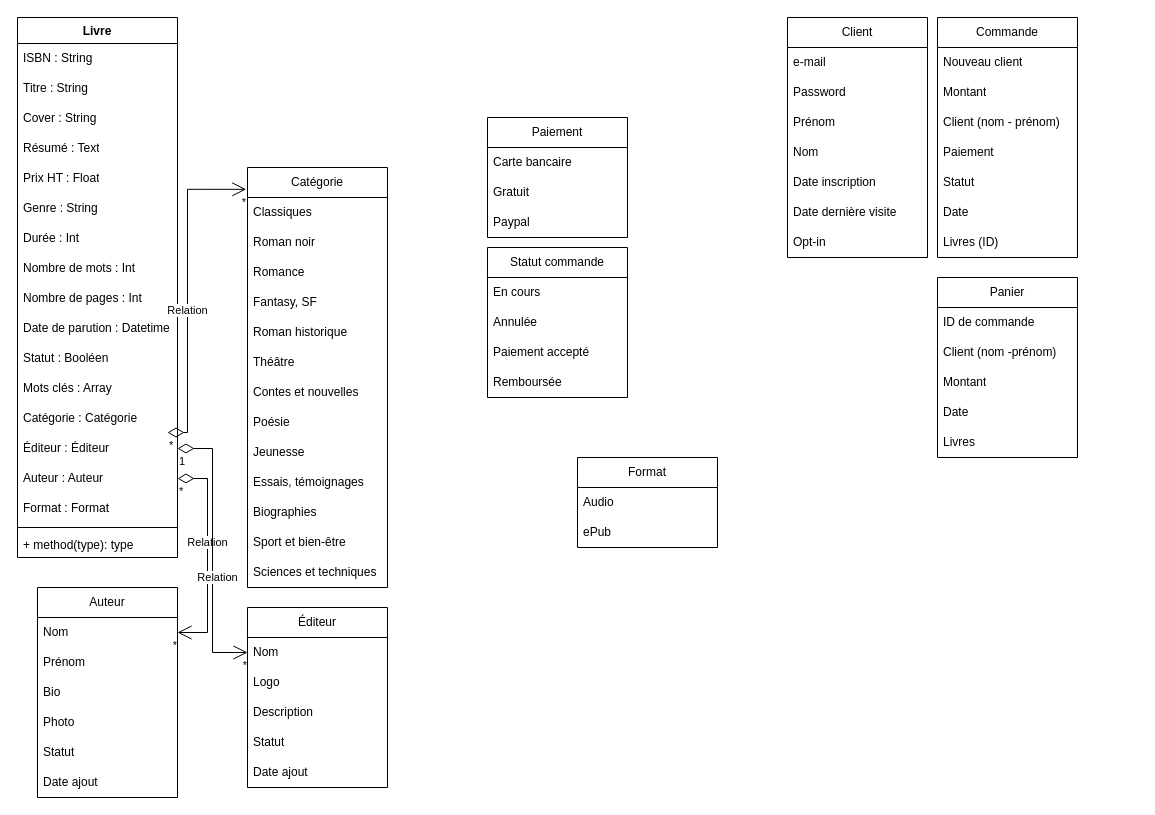
Above: classes_neobook.drawio in cbeauquel/Neobook (draw.io), before the change. Source tidied: cells renumbered, new cells numbered last; positions are measured from the earlier drawing's top-left corner, leaving out a move shared by most shapes. Both pictures are drawn from the tidied source at 100%, with x=0, y=0 at pixel (17, 17).
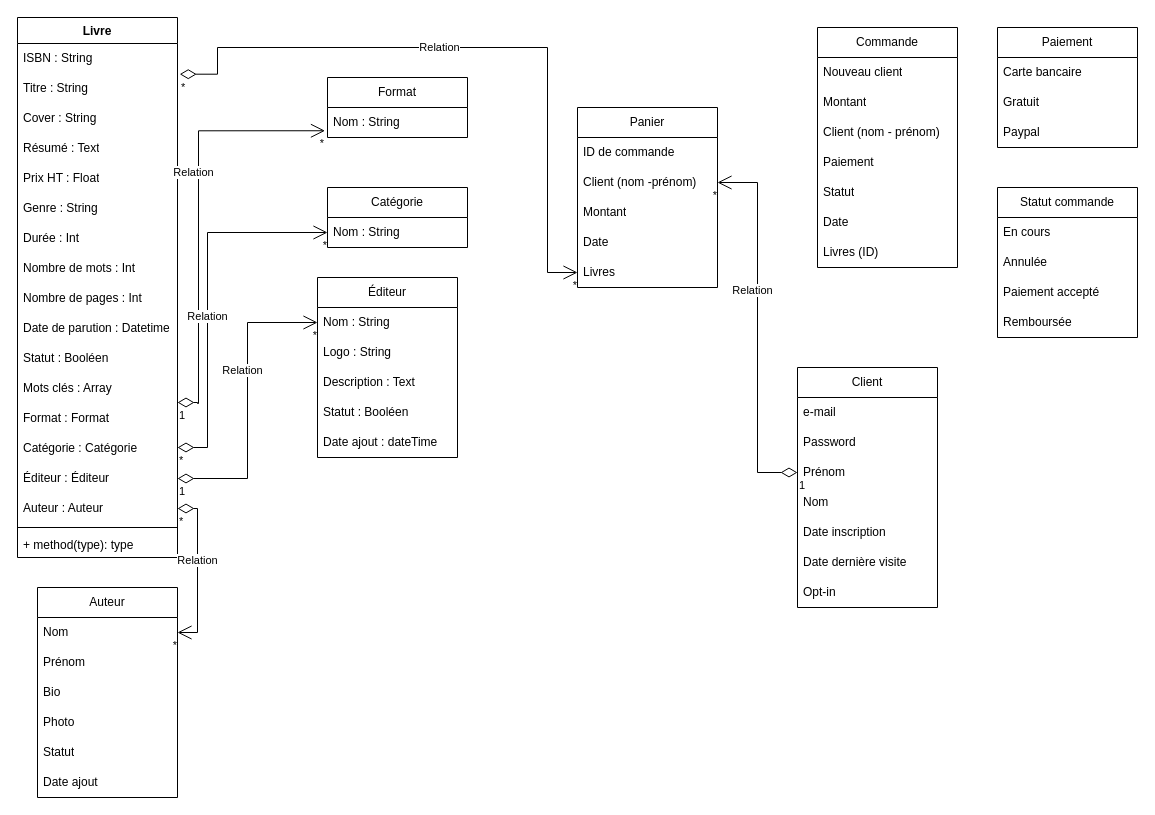
The same page after the edit.

Commit message (it also covers changes not shown here):
Mettre à jour classes_neobook.drawio

The change refers to these unchanged cells:
```xml
<mxCell id="3" value="Nom" style="text;strokeColor=none;fillColor=none;align=left;verticalAlign=middle;spacingLeft=4;spacingRight=4;overflow=hidden;points=[[0,0.5],[1,0.5]];portConstraint=eastwest;whiteSpace=wrap;html=1;" parent="2" vertex="1">
  <mxGeometry y="30" width="140" height="30" as="geometry" />
</mxCell>
<mxCell id="35" value="Prénom" style="text;strokeColor=none;fillColor=none;align=left;verticalAlign=middle;spacingLeft=4;spacingRight=4;overflow=hidden;points=[[0,0.5],[1,0.5]];portConstraint=eastwest;whiteSpace=wrap;html=1;" parent="32" vertex="1">
  <mxGeometry y="90" width="140" height="30" as="geometry" />
</mxCell>
<mxCell id="59" value="Client (nom -prénom)" style="text;strokeColor=none;fillColor=none;align=left;verticalAlign=middle;spacingLeft=4;spacingRight=4;overflow=hidden;points=[[0,0.5],[1,0.5]];portConstraint=eastwest;whiteSpace=wrap;html=1;" parent="57" vertex="1">
  <mxGeometry y="60" width="140" height="30" as="geometry" />
</mxCell>
<mxCell id="62" value="Livres" style="text;strokeColor=none;fillColor=none;align=left;verticalAlign=middle;spacingLeft=4;spacingRight=4;overflow=hidden;points=[[0,0.5],[1,0.5]];portConstraint=eastwest;whiteSpace=wrap;html=1;" parent="57" vertex="1">
  <mxGeometry y="150" width="140" height="30" as="geometry" />
</mxCell>
<mxCell id="63" value="Livre" style="swimlane;fontStyle=1;align=center;verticalAlign=top;horizontal=1;startSize=26;whiteSpace=wrap;html=1;" parent="1" vertex="1">
  <mxGeometry width="160" height="540" as="geometry" />
</mxCell>
<mxCell id="65" value="Titre&amp;nbsp;: String" style="text;strokeColor=none;fillColor=none;align=left;verticalAlign=middle;spacingLeft=4;spacingRight=4;overflow=hidden;points=[[0,0.5],[1,0.5]];portConstraint=eastwest;whiteSpace=wrap;html=1;" parent="63" vertex="1">
  <mxGeometry y="56" width="160" height="30" as="geometry" />
</mxCell>
```

Diff of the diagram source:
```diff
@@
     <mxCell id="9" value="Éditeur" style="swimlane;fontStyle=0;horizontal=1;startSize=30;whiteSpace=wrap;html=1;" parent="1" vertex="1">
-      <mxGeometry x="230" y="590" width="140" height="180" as="geometry" />
+      <mxGeometry x="300" y="260" width="140" height="180" as="geometry" />
     </mxCell>
-    <mxCell id="10" value="Nom" style="text;strokeColor=none;fillColor=none;align=left;verticalAlign=middle;spacingLeft=4;spacingRight=4;overflow=hidden;points=[[0,0.5],[1,0.5]];portConstraint=eastwest;whiteSpace=wrap;html=1;" parent="9" vertex="1">
+    <mxCell id="10" value="Nom : String" style="text;strokeColor=none;fillColor=none;align=left;verticalAlign=middle;spacingLeft=4;spacingRight=4;overflow=hidden;points=[[0,0.5],[1,0.5]];portConstraint=eastwest;whiteSpace=wrap;html=1;" parent="9" vertex="1">
       <mxGeometry y="30" width="140" height="30" as="geometry" />
     </mxCell>
-    <mxCell id="11" value="Logo" style="text;strokeColor=none;fillColor=none;align=left;verticalAlign=middle;spacingLeft=4;spacingRight=4;overflow=hidden;whiteSpace=wrap;html=1;" parent="9" vertex="1">
+    <mxCell id="11" value="Logo&amp;nbsp;: String" style="text;strokeColor=none;fillColor=none;align=left;verticalAlign=middle;spacingLeft=4;spacingRight=4;overflow=hidden;whiteSpace=wrap;html=1;" parent="9" vertex="1">
       <mxGeometry y="60" width="140" height="30" as="geometry" />
     </mxCell>
-    <mxCell id="12" value="Description" style="text;strokeColor=none;fillColor=none;align=left;verticalAlign=middle;spacingLeft=4;spacingRight=4;overflow=hidden;whiteSpace=wrap;html=1;" parent="9" vertex="1">
+    <mxCell id="12" value="Description&amp;nbsp;: Text" style="text;strokeColor=none;fillColor=none;align=left;verticalAlign=middle;spacingLeft=4;spacingRight=4;overflow=hidden;whiteSpace=wrap;html=1;" parent="9" vertex="1">
       <mxGeometry y="90" width="140" height="30" as="geometry" />
     </mxCell>
-    <mxCell id="13" value="Statut" style="text;strokeColor=none;fillColor=none;align=left;verticalAlign=middle;spacingLeft=4;spacingRight=4;overflow=hidden;whiteSpace=wrap;html=1;" parent="9" vertex="1">
+    <mxCell id="13" value="Statut : Booléen" style="text;strokeColor=none;fillColor=none;align=left;verticalAlign=middle;spacingLeft=4;spacingRight=4;overflow=hidden;whiteSpace=wrap;html=1;" parent="9" vertex="1">
       <mxGeometry y="120" width="140" height="30" as="geometry" />
     </mxCell>
-    <mxCell id="14" value="Date ajout" style="text;strokeColor=none;fillColor=none;align=left;verticalAlign=middle;spacingLeft=4;spacingRight=4;overflow=hidden;whiteSpace=wrap;html=1;" parent="9" vertex="1">
+    <mxCell id="14" value="Date ajout : dateTime" style="text;strokeColor=none;fillColor=none;align=left;verticalAlign=middle;spacingLeft=4;spacingRight=4;overflow=hidden;whiteSpace=wrap;html=1;" parent="9" vertex="1">
       <mxGeometry y="150" width="140" height="30" as="geometry" />
     </mxCell>
     <mxCell id="15" value="Format" style="swimlane;fontStyle=0;horizontal=1;startSize=30;whiteSpace=wrap;html=1;" parent="1" vertex="1">
-      <mxGeometry x="560" y="440" width="140" height="90" as="geometry" />
+      <mxGeometry x="310" y="60" width="140" height="60" as="geometry" />
     </mxCell>
-    <mxCell id="16" value="Audio" style="text;strokeColor=none;fillColor=none;align=left;verticalAlign=middle;spacingLeft=4;spacingRight=4;overflow=hidden;points=[[0,0.5],[1,0.5]];portConstraint=eastwest;whiteSpace=wrap;html=1;" parent="15" vertex="1">
+    <mxCell id="16" value="Nom : String" style="text;strokeColor=none;fillColor=none;align=left;verticalAlign=middle;spacingLeft=4;spacingRight=4;overflow=hidden;points=[[0,0.5],[1,0.5]];portConstraint=eastwest;whiteSpace=wrap;html=1;" parent="15" vertex="1">
       <mxGeometry y="30" width="140" height="30" as="geometry" />
     </mxCell>
-    <mxCell id="17" value="ePub" style="text;strokeColor=none;fillColor=none;align=left;verticalAlign=middle;spacingLeft=4;spacingRight=4;overflow=hidden;whiteSpace=wrap;html=1;" parent="15" vertex="1">
-      <mxGeometry y="60" width="140" height="30" as="geometry" />
-    </mxCell>
     <mxCell id="18" value="Catégorie" style="swimlane;fontStyle=0;horizontal=1;startSize=30;whiteSpace=wrap;html=1;" parent="1" vertex="1">
-      <mxGeometry x="230" y="150" width="140" height="420" as="geometry" />
+      <mxGeometry x="310" y="170" width="140" height="60" as="geometry" />
     </mxCell>
-    <mxCell id="19" value="Classiques" style="text;strokeColor=none;fillColor=none;align=left;verticalAlign=middle;spacingLeft=4;spacingRight=4;overflow=hidden;points=[[0,0.5],[1,0.5]];portConstraint=eastwest;whiteSpace=wrap;html=1;" parent="18" vertex="1">
+    <mxCell id="19" value="Nom : String" style="text;strokeColor=none;fillColor=none;align=left;verticalAlign=middle;spacingLeft=4;spacingRight=4;overflow=hidden;points=[[0,0.5],[1,0.5]];portConstraint=eastwest;whiteSpace=wrap;html=1;" parent="18" vertex="1">
       <mxGeometry y="30" width="140" height="30" as="geometry" />
     </mxCell>
-    <mxCell id="20" value="Roman noir" style="text;strokeColor=none;fillColor=none;align=left;verticalAlign=middle;spacingLeft=4;spacingRight=4;overflow=hidden;whiteSpace=wrap;html=1;" parent="18" vertex="1">
-      <mxGeometry y="60" width="140" height="30" as="geometry" />
-    </mxCell>
-    <mxCell id="21" value="Romance" style="text;strokeColor=none;fillColor=none;align=left;verticalAlign=middle;spacingLeft=4;spacingRight=4;overflow=hidden;whiteSpace=wrap;html=1;" parent="18" vertex="1">
-      <mxGeometry y="90" width="140" height="30" as="geometry" />
-    </mxCell>
-    <mxCell id="22" value="Fantasy, SF" style="text;strokeColor=none;fillColor=none;align=left;verticalAlign=middle;spacingLeft=4;spacingRight=4;overflow=hidden;whiteSpace=wrap;html=1;" parent="18" vertex="1">
-      <mxGeometry y="120" width="140" height="30" as="geometry" />
-    </mxCell>
-    <mxCell id="23" value="Roman historique" style="text;strokeColor=none;fillColor=none;align=left;verticalAlign=middle;spacingLeft=4;spacingRight=4;overflow=hidden;whiteSpace=wrap;html=1;" parent="18" vertex="1">
-      <mxGeometry y="150" width="140" height="30" as="geometry" />
-    </mxCell>
-    <mxCell id="24" value="Théâtre" style="text;strokeColor=none;fillColor=none;align=left;verticalAlign=middle;spacingLeft=4;spacingRight=4;overflow=hidden;whiteSpace=wrap;html=1;" parent="18" vertex="1">
-      <mxGeometry y="180" width="140" height="30" as="geometry" />
-    </mxCell>
-    <mxCell id="25" value="Contes et nouvelles" style="text;strokeColor=none;fillColor=none;align=left;verticalAlign=middle;spacingLeft=4;spacingRight=4;overflow=hidden;whiteSpace=wrap;html=1;" parent="18" vertex="1">
-      <mxGeometry y="210" width="140" height="30" as="geometry" />
-    </mxCell>
-    <mxCell id="26" value="Poésie" style="text;strokeColor=none;fillColor=none;align=left;verticalAlign=middle;spacingLeft=4;spacingRight=4;overflow=hidden;whiteSpace=wrap;html=1;" parent="18" vertex="1">
-      <mxGeometry y="240" width="140" height="30" as="geometry" />
-    </mxCell>
-    <mxCell id="27" value="Jeunesse" style="text;strokeColor=none;fillColor=none;align=left;verticalAlign=middle;spacingLeft=4;spacingRight=4;overflow=hidden;whiteSpace=wrap;html=1;" parent="18" vertex="1">
-      <mxGeometry y="270" width="140" height="30" as="geometry" />
-    </mxCell>
-    <mxCell id="28" value="Essais, témoignages" style="text;strokeColor=none;fillColor=none;align=left;verticalAlign=middle;spacingLeft=4;spacingRight=4;overflow=hidden;whiteSpace=wrap;html=1;" parent="18" vertex="1">
-      <mxGeometry y="300" width="140" height="30" as="geometry" />
-    </mxCell>
-    <mxCell id="29" value="Biographies" style="text;strokeColor=none;fillColor=none;align=left;verticalAlign=middle;spacingLeft=4;spacingRight=4;overflow=hidden;whiteSpace=wrap;html=1;" parent="18" vertex="1">
-      <mxGeometry y="330" width="140" height="30" as="geometry" />
-    </mxCell>
-    <mxCell id="30" value="Sport et bien-être" style="text;strokeColor=none;fillColor=none;align=left;verticalAlign=middle;spacingLeft=4;spacingRight=4;overflow=hidden;whiteSpace=wrap;html=1;" parent="18" vertex="1">
-      <mxGeometry y="360" width="140" height="30" as="geometry" />
-    </mxCell>
-    <mxCell id="31" value="Sciences et techniques" style="text;strokeColor=none;fillColor=none;align=left;verticalAlign=middle;spacingLeft=4;spacingRight=4;overflow=hidden;whiteSpace=wrap;html=1;" parent="18" vertex="1">
-      <mxGeometry y="390" width="140" height="30" as="geometry" />
-    </mxCell>
     <mxCell id="32" value="Client" style="swimlane;fontStyle=0;horizontal=1;startSize=30;whiteSpace=wrap;html=1;" parent="1" vertex="1">
-      <mxGeometry x="770" width="140" height="240" as="geometry" />
+      <mxGeometry x="780" y="350" width="140" height="240" as="geometry" />
     </mxCell>
@@
     <mxCell id="40" value="Commande" style="swimlane;fontStyle=0;horizontal=1;startSize=30;whiteSpace=wrap;html=1;" parent="1" vertex="1">
-      <mxGeometry x="920" width="140" height="240" as="geometry" />
+      <mxGeometry x="800" y="10" width="140" height="240" as="geometry" />
     </mxCell>
@@
     <mxCell id="48" value="Statut commande" style="swimlane;fontStyle=0;horizontal=1;startSize=30;whiteSpace=wrap;html=1;" parent="1" vertex="1">
-      <mxGeometry x="470" y="230" width="140" height="150" as="geometry" />
+      <mxGeometry x="980" y="170" width="140" height="150" as="geometry" />
     </mxCell>
@@
     <mxCell id="53" value="Paiement" style="swimlane;fontStyle=0;horizontal=1;startSize=30;whiteSpace=wrap;html=1;" parent="1" vertex="1">
-      <mxGeometry x="470" y="100" width="140" height="120" as="geometry" />
+      <mxGeometry x="980" y="10" width="140" height="120" as="geometry" />
     </mxCell>
@@
     <mxCell id="57" value="Panier" style="swimlane;fontStyle=0;horizontal=1;startSize=30;whiteSpace=wrap;html=1;" parent="1" vertex="1">
-      <mxGeometry x="920" y="260" width="140" height="180" as="geometry" />
+      <mxGeometry x="560" y="90" width="140" height="180" as="geometry" />
     </mxCell>
@@
+    <mxCell id="79" value="Format : Format" style="text;strokeColor=none;fillColor=none;align=left;verticalAlign=middle;spacingLeft=4;spacingRight=4;overflow=hidden;whiteSpace=wrap;html=1;" parent="63" vertex="1">
+      <mxGeometry y="386" width="160" height="30" as="geometry" />
+    </mxCell>
+    <mxCell id="91" value="Relation" style="endArrow=open;html=1;endSize=12;startArrow=diamondThin;startSize=14;startFill=0;edgeStyle=orthogonalEdgeStyle;rounded=0;exitX=1;exitY=0.5;exitDx=0;exitDy=0;entryX=-0.018;entryY=0.775;entryDx=0;entryDy=0;entryPerimeter=0;" parent="63" edge="1" target="16">
+      <mxGeometry x="0.2" y="5" relative="1" as="geometry">
+        <mxPoint x="160" y="385" as="sourcePoint" />
+        <Array as="points">
+          <mxPoint x="180" y="385" />
+          <mxPoint x="180" y="386" />
+          <mxPoint x="181" y="386" />
+          <mxPoint x="181" y="113" />
+        </Array>
+      </mxGeometry>
+    </mxCell>
+    <mxCell id="92" value="1" style="edgeLabel;html=1;align=left;verticalAlign=top;" parent="91" vertex="1">
+      <mxGeometry x="-1" relative="1" as="geometry" />
+    </mxCell>
+    <mxCell id="93" value="*" style="edgeLabel;html=1;align=right;verticalAlign=top;" parent="91" vertex="1">
+      <mxGeometry x="1" relative="1" as="geometry" />
+    </mxCell>
     <mxCell id="76" value="Catégorie : Catégorie" style="text;strokeColor=none;fillColor=none;align=left;verticalAlign=middle;spacingLeft=4;spacingRight=4;overflow=hidden;whiteSpace=wrap;html=1;" parent="63" vertex="1">
-      <mxGeometry y="386" width="160" height="30" as="geometry" />
+      <mxGeometry y="416" width="160" height="30" as="geometry" />
     </mxCell>
     <mxCell id="77" value="Éditeur : Éditeur" style="text;strokeColor=none;fillColor=none;align=left;verticalAlign=middle;spacingLeft=4;spacingRight=4;overflow=hidden;points=[[0,0.5],[1,0.5]];portConstraint=eastwest;whiteSpace=wrap;html=1;" parent="63" vertex="1">
-      <mxGeometry y="416" width="160" height="30" as="geometry" />
+      <mxGeometry y="446" width="160" height="30" as="geometry" />
     </mxCell>
     <mxCell id="78" value="Auteur : Auteur" style="text;strokeColor=none;fillColor=none;align=left;verticalAlign=middle;spacingLeft=4;spacingRight=4;overflow=hidden;points=[[0,0.5],[1,0.5]];portConstraint=eastwest;whiteSpace=wrap;html=1;" parent="63" vertex="1">
-      <mxGeometry y="446" width="160" height="30" as="geometry" />
+      <mxGeometry y="476" width="160" height="30" as="geometry" />
     </mxCell>
-    <mxCell id="79" value="Format : Format" style="text;strokeColor=none;fillColor=none;align=left;verticalAlign=middle;spacingLeft=4;spacingRight=4;overflow=hidden;whiteSpace=wrap;html=1;" parent="63" vertex="1">
-      <mxGeometry y="476" width="160" height="30" as="geometry" />
-    </mxCell>
@@
     <mxCell id="82" value="Relation" style="endArrow=open;html=1;endSize=12;startArrow=diamondThin;startSize=14;startFill=0;edgeStyle=orthogonalEdgeStyle;rounded=0;exitX=1;exitY=0.5;exitDx=0;exitDy=0;entryX=1;entryY=0.5;entryDx=0;entryDy=0;" parent="1" edge="1" source="78" target="3">
       <mxGeometry x="-0.12" relative="1" as="geometry">
         <Array as="points">
-          <mxPoint x="190" y="461" />
-          <mxPoint x="190" y="615" />
+          <mxPoint x="180" y="491" />
+          <mxPoint x="180" y="615" />
         </Array>
       </mxGeometry>
     </mxCell>
@@
-    <mxCell id="88" value="Relation" style="endArrow=open;html=1;endSize=12;startArrow=diamondThin;startSize=14;startFill=0;edgeStyle=orthogonalEdgeStyle;rounded=0;exitX=1;exitY=0.5;exitDx=0;exitDy=0;entryX=-0.009;entryY=0.052;entryDx=0;entryDy=0;entryPerimeter=0;" parent="1" edge="1" target="18">
+    <mxCell id="88" value="Relation" style="endArrow=open;html=1;endSize=12;startArrow=diamondThin;startSize=14;startFill=0;edgeStyle=orthogonalEdgeStyle;rounded=0;entryX=0;entryY=0.5;entryDx=0;entryDy=0;" parent="1" edge="1" target="19">
       <mxGeometry x="-0.12" relative="1" as="geometry">
-        <mxPoint x="150" y="415" as="sourcePoint" />
+        <mxPoint x="160" y="430" as="sourcePoint" />
         <Array as="points">
-          <mxPoint x="170" y="415" />
-          <mxPoint x="170" y="172" />
+          <mxPoint x="190" y="430" />
+          <mxPoint x="190" y="215" />
         </Array>
       </mxGeometry>
     </mxCell>
@@
+    <mxCell id="94" value="Relation" style="endArrow=open;html=1;endSize=12;startArrow=diamondThin;startSize=14;startFill=0;edgeStyle=orthogonalEdgeStyle;rounded=0;entryX=0;entryY=0.5;entryDx=0;entryDy=0;exitX=1.014;exitY=0.023;exitDx=0;exitDy=0;exitPerimeter=0;" parent="1" edge="1" source="65" target="62">
+      <mxGeometry x="-0.12" relative="1" as="geometry">
+        <Array as="points">
+          <mxPoint x="200" y="57" />
+          <mxPoint x="200" y="30" />
+          <mxPoint x="530" y="30" />
+          <mxPoint x="530" y="255" />
+        </Array>
+      </mxGeometry>
+    </mxCell>
+    <mxCell id="95" value="*" style="edgeLabel;html=1;align=left;verticalAlign=top;" parent="94" vertex="1">
+      <mxGeometry x="-1" relative="1" as="geometry" />
+    </mxCell>
+    <mxCell id="96" value="*" style="edgeLabel;html=1;align=right;verticalAlign=top;" parent="94" vertex="1">
+      <mxGeometry x="1" relative="1" as="geometry" />
+    </mxCell>
+    <mxCell id="97" value="Relation" style="endArrow=open;html=1;endSize=12;startArrow=diamondThin;startSize=14;startFill=0;edgeStyle=orthogonalEdgeStyle;rounded=0;exitX=0;exitY=0.5;exitDx=0;exitDy=0;entryX=1;entryY=0.5;entryDx=0;entryDy=0;" parent="1" edge="1" source="35" target="59">
+      <mxGeometry x="0.2" y="5" relative="1" as="geometry" />
+    </mxCell>
+    <mxCell id="98" value="1" style="edgeLabel;html=1;align=left;verticalAlign=top;" parent="97" vertex="1">
+      <mxGeometry x="-1" relative="1" as="geometry" />
+    </mxCell>
+    <mxCell id="99" value="*" style="edgeLabel;html=1;align=right;verticalAlign=top;" parent="97" vertex="1">
+      <mxGeometry x="1" relative="1" as="geometry" />
+    </mxCell>
```
